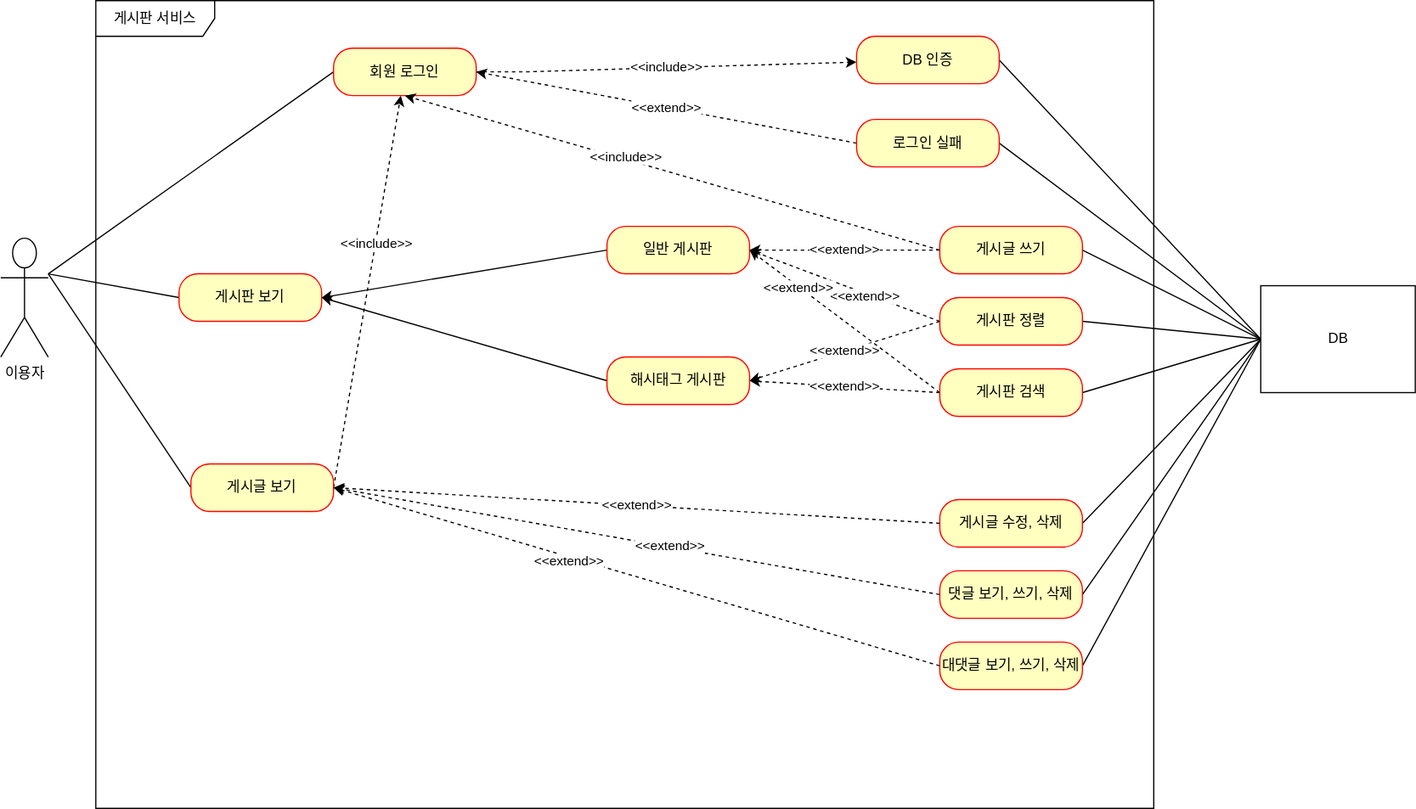
Earlier version of the draw.io export document/use-case.svg (kimhyeyun/SPRING-BOARD-PROJECT). Source tidied: cells renumbered, new cells last; positions are measured from the earlier drawing's top-left corner, leaving out a move shared by most shapes.
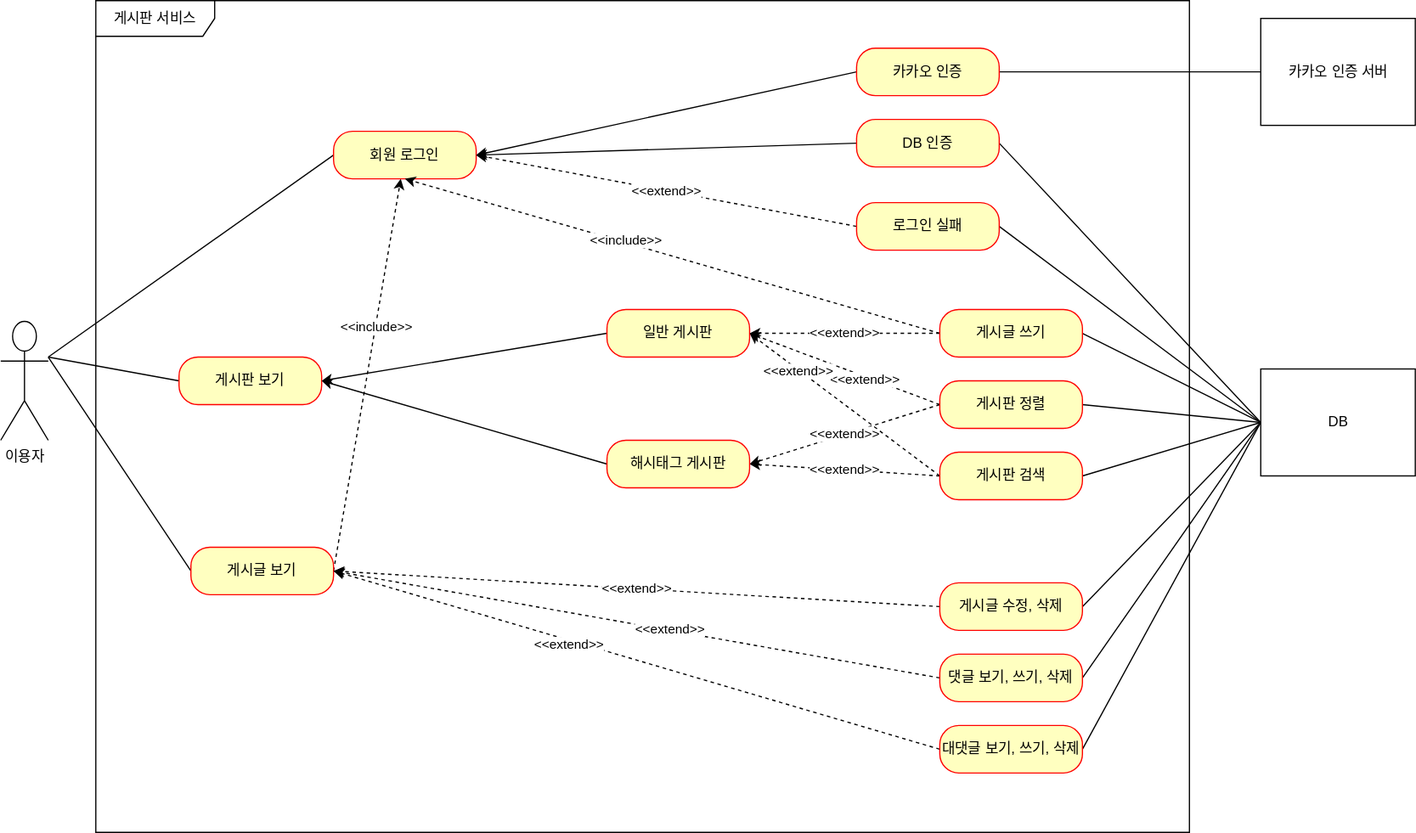
Above is the later version.

Commit message:
#73 - use-case.svg: 카카오 인증 유즈 케이스 추가 (대댓글은 미리 표현하였음)

The edit, as a diff of the source:
```diff
@@ -6,7 +6,7 @@
       <mxGeometry y="200" width="40" height="100" as="geometry" />
     </mxCell>
     <mxCell id="3" value="게시판 서비스" style="shape=umlFrame;whiteSpace=wrap;html=1;width=100;height=30;" parent="1" vertex="1">
-      <mxGeometry x="80" width="890" height="680" as="geometry" />
+      <mxGeometry x="80" y="-70" width="920" height="700" as="geometry" />
     </mxCell>
     <mxCell id="4" style="edgeStyle=none;rounded=0;jettySize=auto;html=1;endArrow=none;endFill=0;exitX=0;exitY=0.5;exitDx=0;exitDy=0;" parent="1" edge="1" source="5">
       <mxGeometry relative="1" as="geometry">
@@ -35,19 +35,15 @@
         <mxPoint x="40" y="230" as="targetPoint" />
       </mxGeometry>
     </mxCell>
-    <mxCell id="11" value="&amp;lt;&amp;lt;include&amp;gt;&amp;gt;" style="edgeStyle=none;rounded=0;jettySize=auto;html=1;exitX=1;exitY=0.5;exitDx=0;exitDy=0;dashed=1;endArrow=classic;endFill=1;" parent="1" edge="1" source="12" target="14">
-      <mxGeometry relative="1" as="geometry">
-        <Array as="points">
-          <mxPoint x="440" y="60" />
-        </Array>
-      </mxGeometry>
-    </mxCell>
     <mxCell id="12" value="회원 로그인" style="rounded=1;whiteSpace=wrap;html=1;arcSize=40;fontColor=#000000;fillColor=#ffffc0;strokeColor=#ff0000;" parent="1" vertex="1">
       <mxGeometry x="280" y="40" width="120" height="40" as="geometry" />
     </mxCell>
     <mxCell id="13" style="edgeStyle=none;rounded=0;jettySize=auto;html=1;exitX=1;exitY=0.5;exitDx=0;exitDy=0;entryX=0;entryY=0.5;entryDx=0;entryDy=0;endArrow=none;endFill=0;" parent="1" edge="1" source="14" target="35">
       <mxGeometry relative="1" as="geometry" />
     </mxCell>
+    <mxCell id="49" style="edgeStyle=none;rounded=0;jettySize=auto;html=1;exitX=0;exitY=0.5;exitDx=0;exitDy=0;entryX=1;entryY=0.5;entryDx=0;entryDy=0;endArrow=classic;endFill=1;startArrow=none;startFill=0;" parent="1" edge="1" source="14" target="12">
+      <mxGeometry relative="1" as="geometry" />
+    </mxCell>
     <mxCell id="14" value="DB 인증" style="rounded=1;whiteSpace=wrap;html=1;arcSize=40;fontColor=#000000;fillColor=#ffffc0;strokeColor=#ff0000;" parent="1" vertex="1">
       <mxGeometry x="720" y="30" width="120" height="40" as="geometry" />
     </mxCell>
@@ -159,5 +155,17 @@
     <mxCell id="48" value="대댓글 보기, 쓰기, 삭제" style="rounded=1;whiteSpace=wrap;html=1;arcSize=40;fontColor=#000000;fillColor=#ffffc0;strokeColor=#ff0000;" parent="1" vertex="1">
       <mxGeometry x="790" y="540" width="120" height="40" as="geometry" />
     </mxCell>
+    <mxCell id="50" style="edgeStyle=orthogonalEdgeStyle;rounded=0;jettySize=auto;html=1;exitX=1;exitY=0.5;exitDx=0;exitDy=0;endArrow=none;endFill=0;" parent="1" edge="1" source="52" target="53">
+      <mxGeometry relative="1" as="geometry" />
+    </mxCell>
+    <mxCell id="51" style="rounded=0;jettySize=auto;html=1;exitX=0;exitY=0.5;exitDx=0;exitDy=0;entryX=1;entryY=0.5;entryDx=0;entryDy=0;endArrow=classic;endFill=1;" parent="1" edge="1" source="52" target="12">
+      <mxGeometry relative="1" as="geometry" />
+    </mxCell>
+    <mxCell id="52" value="카카오 인증" style="rounded=1;whiteSpace=wrap;html=1;arcSize=40;fontColor=#000000;fillColor=#ffffc0;strokeColor=#ff0000;" parent="1" vertex="1">
+      <mxGeometry x="720" y="-30" width="120" height="40" as="geometry" />
+    </mxCell>
+    <mxCell id="53" value="카카오 인증 서버" style="html=1;" parent="1" vertex="1">
+      <mxGeometry x="1060" y="-55" width="130" height="90" as="geometry" />
+    </mxCell>
   </root>
 </mxGraphModel>
```
